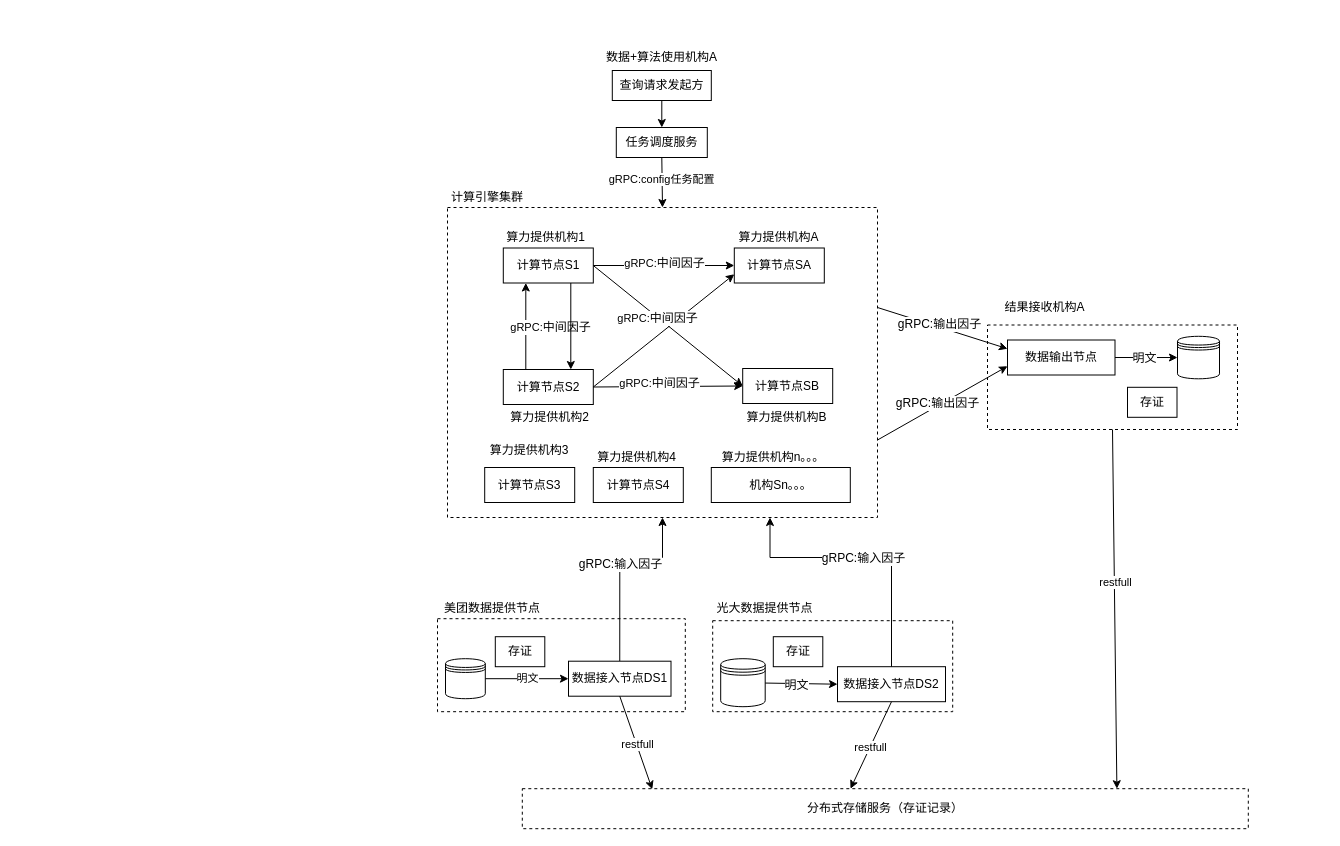
Earlier version of the draw.io diagram lianhefengkong.drawio (yankaili2006/drawing_io). Source tidied: cells renumbered, new cells numbered last; positions are measured from the earlier drawing's top-left corner, leaving out a move shared by most shapes. Both pictures are drawn from the tidied source at 100%, with x=0, y=0 at pixel (437, 47).
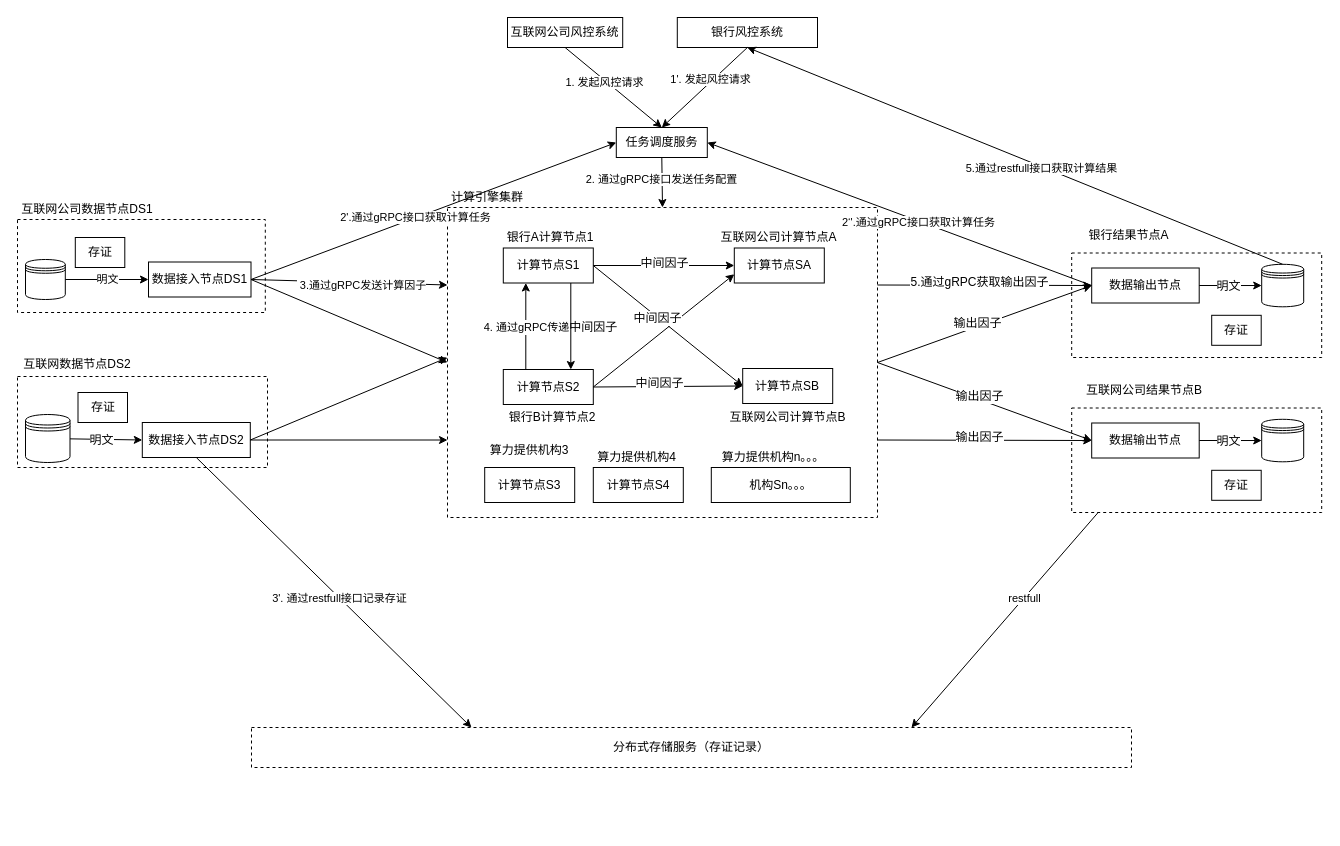
After the change.

Unchanged cells that the change refers to:
```xml
<mxCell id="5" style="rounded=0;whiteSpace=wrap;html=1;fillColor=none;labelPosition=center;verticalLabelPosition=middle;align=center;verticalAlign=middle;dashed=1;" parent="1" vertex="1">
  <mxGeometry x="10" y="160" width="430" height="310" as="geometry" />
</mxCell>
<mxCell id="10" value="任务调度服务" style="rounded=0;whiteSpace=wrap;html=1;" parent="1" vertex="1">
  <mxGeometry x="178.8" y="80" width="91" height="30" as="geometry" />
</mxCell>
<mxCell id="11" style="endArrow=classic;html=1;entryX=0.5;entryY=0;entryDx=0;entryDy=0;exitX=0.5;exitY=1;exitDx=0;exitDy=0;" parent="1" edge="1" source="10" target="5">
  <mxGeometry relative="1" as="geometry" />
</mxCell>
<mxCell id="13" style="endArrow=classic;html=1;entryX=0.5;entryY=0;entryDx=0;entryDy=0;exitX=0.5;exitY=1;exitDx=0;exitDy=0;" parent="1" edge="1" source="6" target="10">
  <mxGeometry relative="1" as="geometry" />
</mxCell>
<mxCell id="18" style="endArrow=classic;html=1;exitX=0.25;exitY=0;exitDx=0;exitDy=0;entryX=0.25;entryY=1;entryDx=0;entryDy=0;" parent="1" edge="1" source="20" target="17">
  <mxGeometry relative="1" as="geometry" />
</mxCell>
<mxCell id="24" style="endArrow=classic;html=1;exitX=1;exitY=0.5;exitDx=0;exitDy=0;entryX=0;entryY=0.5;entryDx=0;entryDy=0;" parent="1" edge="1" source="17" target="22">
  <mxGeometry relative="1" as="geometry" />
</mxCell>
<mxCell id="26" style="endArrow=classic;html=1;exitX=1;exitY=0.5;exitDx=0;exitDy=0;entryX=0;entryY=0.5;entryDx=0;entryDy=0;" parent="1" edge="1" source="20" target="21">
  <mxGeometry relative="1" as="geometry" />
</mxCell>
<mxCell id="29" style="endArrow=classic;html=1;exitX=1;exitY=0.5;exitDx=0;exitDy=0;entryX=0;entryY=0.5;entryDx=0;entryDy=0;" parent="1" edge="1" source="17" target="21">
  <mxGeometry relative="1" as="geometry" />
</mxCell>
```

The edit, as a diff of the source:
```diff
@@
+    <mxCell id="4" style="rounded=0;whiteSpace=wrap;html=1;dashed=1;" parent="1" vertex="1">
+      <mxGeometry x="634.2" y="205.5" width="250" height="104.5" as="geometry" />
+    </mxCell>
     <mxCell id="2" style="rounded=0;whiteSpace=wrap;html=1;dashed=1;" parent="1" vertex="1">
-      <mxGeometry x="275.2" y="573.2" width="240" height="91" as="geometry" />
+      <mxGeometry x="-420" y="329" width="250" height="91" as="geometry" />
     </mxCell>
     <mxCell id="3" style="rounded=0;whiteSpace=wrap;html=1;dashed=1;" parent="1" vertex="1">
-      <mxGeometry y="571.2" width="247.8" height="93" as="geometry" />
+      <mxGeometry x="-420" y="172" width="247.8" height="93" as="geometry" />
     </mxCell>
-    <mxCell id="4" style="rounded=0;whiteSpace=wrap;html=1;dashed=1;" parent="1" vertex="1">
-      <mxGeometry x="550" y="277.5" width="250" height="104.5" as="geometry" />
-    </mxCell>
@@
-    <mxCell id="6" value="查询请求发起方" style="rounded=0;whiteSpace=wrap;html=1;" parent="1" vertex="1">
-      <mxGeometry x="174.8" y="23" width="99" height="30" as="geometry" />
+    <mxCell id="6" value="&lt;span&gt;互联网公司风控系统&lt;/span&gt;" style="rounded=0;whiteSpace=wrap;html=1;" parent="1" vertex="1">
+      <mxGeometry x="70" y="-30" width="115.2" height="30" as="geometry" />
     </mxCell>
-    <mxCell id="7" style="edgeStyle=orthogonalEdgeStyle;rounded=0;jettySize=auto;html=1;entryX=0.5;entryY=1;entryDx=0;entryDy=0;exitX=0.5;exitY=0;exitDx=0;exitDy=0;" parent="1" edge="1" source="38" target="5">
-      <mxGeometry relative="1" as="geometry">
-        <Array as="points">
-          <mxPoint x="182" y="510" />
-          <mxPoint x="225" y="510" />
-        </Array>
-      </mxGeometry>
-    </mxCell>
-    <mxCell id="8" value="gRPC:输入因子" style="text;html=1;align=center;verticalAlign=middle;labelBackgroundColor=#ffffff;" parent="7" vertex="1">
-      <mxGeometry x="0.04" relative="1" as="geometry" />
-    </mxCell>
     <mxCell id="9" value="数据接入节点DS2" style="rounded=0;whiteSpace=wrap;html=1;" parent="1" vertex="1">
-      <mxGeometry x="400" y="619.2" width="108" height="35" as="geometry" />
+      <mxGeometry x="-295.2" y="375" width="108" height="35" as="geometry" />
     </mxCell>
@@
-    <mxCell id="12" value="gRPC:config任务配置" style="edgeLabel;html=1;align=center;verticalAlign=middle;" parent="11" vertex="1">
+    <mxCell id="12" value="2. 通过gRPC接口发送任务配置" style="edgeLabel;html=1;align=center;verticalAlign=middle;" parent="11" vertex="1">
       <mxGeometry x="-0.15" y="-1" relative="1" as="geometry" />
     </mxCell>
@@
+    <mxCell id="69" value="1. 发起风控请求" style="edgeLabel;html=1;align=center;verticalAlign=middle;" parent="13" vertex="1">
+      <mxGeometry x="-0.17" y="-2" relative="1" as="geometry" />
+    </mxCell>
-    <mxCell id="14" style="endArrow=classic;html=1;entryX=0;entryY=0.75;entryDx=0;entryDy=0;exitX=1;exitY=0.75;exitDx=0;exitDy=0;" parent="1" edge="1" source="5" target="46">
+    <mxCell id="14" style="endArrow=classic;html=1;entryX=0;entryY=0.5;entryDx=0;entryDy=0;exitX=1;exitY=0.5;exitDx=0;exitDy=0;" parent="1" edge="1" source="5" target="46">
       <mxGeometry relative="1" as="geometry" />
     </mxCell>
-    <mxCell id="15" value="gRPC:输出因子" style="text;html=1;align=center;verticalAlign=middle;labelBackgroundColor=#ffffff;" parent="14" vertex="1">
+    <mxCell id="15" value="输出因子" style="text;html=1;align=center;verticalAlign=middle;labelBackgroundColor=#ffffff;" parent="14" vertex="1">
       <mxGeometry x="-0.06" y="3" relative="1" as="geometry" />
     </mxCell>
     <mxCell id="16" value="存证" style="rounded=0;whiteSpace=wrap;html=1;fillColor=none;" parent="1" vertex="1">
-      <mxGeometry x="335.8" y="589.2" width="49.5" height="30" as="geometry" />
+      <mxGeometry x="-359.5" y="345" width="49.5" height="30" as="geometry" />
     </mxCell>
@@
-    <mxCell id="19" value="gRPC:&lt;span style=&quot;font-size: 12px&quot;&gt;中间因子&lt;/span&gt;" style="edgeLabel;html=1;align=center;verticalAlign=middle;" parent="18" vertex="1">
+    <mxCell id="19" value="4. 通过gRPC传递&lt;span style=&quot;font-size: 12px&quot;&gt;中间因子&lt;/span&gt;" style="edgeLabel;html=1;align=center;verticalAlign=middle;" parent="18" vertex="1">
       <mxGeometry x="-0.01" relative="1" as="geometry">
         <mxPoint x="24.2" as="offset" />
       </mxGeometry>
     </mxCell>
@@
-    <mxCell id="25" value="gRPC:&lt;span style=&quot;font-size: 12px&quot;&gt;中间因子&lt;/span&gt;" style="edgeLabel;html=1;align=center;verticalAlign=middle;" parent="24" vertex="1">
+    <mxCell id="25" value="&lt;span style=&quot;font-size: 12px&quot;&gt;中间因子&lt;/span&gt;" style="edgeLabel;html=1;align=center;verticalAlign=middle;" parent="24" vertex="1">
       <mxGeometry y="3" relative="1" as="geometry" />
     </mxCell>
@@
-    <mxCell id="27" value="gRPC:&lt;span style=&quot;font-size: 12px&quot;&gt;中间因子&lt;/span&gt;" style="edgeLabel;html=1;align=center;verticalAlign=middle;" parent="26" vertex="1">
+    <mxCell id="27" value="&lt;span style=&quot;font-size: 12px&quot;&gt;中间因子&lt;/span&gt;" style="edgeLabel;html=1;align=center;verticalAlign=middle;" parent="26" vertex="1">
       <mxGeometry x="-0.11" y="4" relative="1" as="geometry" />
     </mxCell>
@@
-    <mxCell id="30" value="&lt;span style=&quot;font-size: 11px&quot;&gt;gRPC:&lt;/span&gt;中间因子" style="text;html=1;align=center;verticalAlign=middle;labelBackgroundColor=#ffffff;" parent="29" vertex="1">
+    <mxCell id="30" value="中间因子" style="text;html=1;align=center;verticalAlign=middle;labelBackgroundColor=#ffffff;" parent="29" vertex="1">
       <mxGeometry x="-0.13" y="-1" relative="1" as="geometry" />
     </mxCell>
-    <mxCell id="31" value="算力提供机构B" style="text;html=1;strokeColor=none;fillColor=none;align=center;verticalAlign=middle;whiteSpace=wrap;rounded=0;" parent="1" vertex="1">
-      <mxGeometry x="305.2" y="360" width="89" height="20" as="geometry" />
+    <mxCell id="31" value="互联网公司计算节点B" style="text;html=1;strokeColor=none;fillColor=none;align=center;verticalAlign=middle;whiteSpace=wrap;rounded=0;" parent="1" vertex="1">
+      <mxGeometry x="287.9" y="360" width="124.8" height="20" as="geometry" />
     </mxCell>
-    <mxCell id="32" value="算力提供机构A" style="text;html=1;strokeColor=none;fillColor=none;align=center;verticalAlign=middle;whiteSpace=wrap;rounded=0;" parent="1" vertex="1">
-      <mxGeometry x="296.8" y="179.5" width="89" height="20" as="geometry" />
+    <mxCell id="32" value="互联网公司计算节点A" style="text;html=1;strokeColor=none;fillColor=none;align=center;verticalAlign=middle;whiteSpace=wrap;rounded=0;" parent="1" vertex="1">
+      <mxGeometry x="275.1" y="179.5" width="133.2" height="20" as="geometry" />
     </mxCell>
-    <mxCell id="33" value="算力提供机构1" style="text;html=1;strokeColor=none;fillColor=none;align=center;verticalAlign=middle;whiteSpace=wrap;rounded=0;" parent="1" vertex="1">
-      <mxGeometry x="65.8" y="179.5" width="85" height="20" as="geometry" />
+    <mxCell id="33" value="银行A计算节点1" style="text;html=1;strokeColor=none;fillColor=none;align=center;verticalAlign=middle;whiteSpace=wrap;rounded=0;" parent="1" vertex="1">
+      <mxGeometry x="65.8" y="179.5" width="94.2" height="20" as="geometry" />
     </mxCell>
-    <mxCell id="34" value="算力提供机构2" style="text;html=1;strokeColor=none;fillColor=none;align=center;verticalAlign=middle;whiteSpace=wrap;rounded=0;" parent="1" vertex="1">
-      <mxGeometry x="70" y="360" width="85" height="20" as="geometry" />
+    <mxCell id="34" value="银行B计算节点2" style="text;html=1;strokeColor=none;fillColor=none;align=center;verticalAlign=middle;whiteSpace=wrap;rounded=0;" parent="1" vertex="1">
+      <mxGeometry x="70" y="360" width="90" height="20" as="geometry" />
     </mxCell>
     <mxCell id="35" style="shape=datastore;whiteSpace=wrap;html=1;" parent="1" vertex="1">
-      <mxGeometry x="283.2" y="611.2" width="44.5" height="48" as="geometry" />
+      <mxGeometry x="-412" y="367" width="44.5" height="48" as="geometry" />
     </mxCell>
@@
     <mxCell id="38" value="数据接入节点DS1" style="rounded=0;whiteSpace=wrap;html=1;" parent="1" vertex="1">
-      <mxGeometry x="131" y="613.7" width="102.5" height="35" as="geometry" />
+      <mxGeometry x="-289" y="214.5" width="102.5" height="35" as="geometry" />
     </mxCell>
     <mxCell id="39" value="存证" style="rounded=0;whiteSpace=wrap;html=1;fillColor=none;" parent="1" vertex="1">
-      <mxGeometry x="57.8" y="589.2" width="49.5" height="30" as="geometry" />
+      <mxGeometry x="-362.2" y="190" width="49.5" height="30" as="geometry" />
     </mxCell>
     <mxCell id="40" style="shape=datastore;whiteSpace=wrap;html=1;" parent="1" vertex="1">
-      <mxGeometry x="8" y="611.2" width="39.8" height="40" as="geometry" />
+      <mxGeometry x="-412" y="212" width="39.8" height="40" as="geometry" />
     </mxCell>
@@
-    <mxCell id="42" value="美团数据提供节点" style="text;html=1;strokeColor=none;fillColor=none;align=center;verticalAlign=middle;whiteSpace=wrap;rounded=0;" parent="1" vertex="1">
-      <mxGeometry y="551.2" width="110" height="20" as="geometry" />
+    <mxCell id="42" value="互联网公司数据节点DS1" style="text;html=1;strokeColor=none;fillColor=none;align=center;verticalAlign=middle;whiteSpace=wrap;rounded=0;" parent="1" vertex="1">
+      <mxGeometry x="-420" y="152" width="140" height="20" as="geometry" />
     </mxCell>
-    <mxCell id="43" style="edgeStyle=orthogonalEdgeStyle;rounded=0;jettySize=auto;html=1;entryX=0.75;entryY=1;entryDx=0;entryDy=0;exitX=0.5;exitY=0;exitDx=0;exitDy=0;" parent="1" edge="1" source="9" target="5">
-      <mxGeometry relative="1" as="geometry">
-        <Array as="points">
-          <mxPoint x="454" y="510" />
-          <mxPoint x="333" y="510" />
-        </Array>
-      </mxGeometry>
-    </mxCell>
-    <mxCell id="44" value="gRPC:输入因子" style="text;html=1;align=center;verticalAlign=middle;labelBackgroundColor=#ffffff;" parent="43" vertex="1">
-      <mxGeometry x="0.02" relative="1" as="geometry" />
-    </mxCell>
-    <mxCell id="45" value="数据+算法使用机构A" style="text;html=1;strokeColor=none;fillColor=none;align=center;verticalAlign=middle;whiteSpace=wrap;rounded=0;" parent="1" vertex="1">
-      <mxGeometry x="161" width="126.5" height="20" as="geometry" />
-    </mxCell>
     <mxCell id="46" value="数据输出节点" style="rounded=0;whiteSpace=wrap;html=1;" parent="1" vertex="1">
-      <mxGeometry x="570" y="292.5" width="107.5" height="35" as="geometry" />
+      <mxGeometry x="654.2" y="220.5" width="107.5" height="35" as="geometry" />
     </mxCell>
     <mxCell id="47" value="存证" style="rounded=0;whiteSpace=wrap;html=1;fillColor=none;" parent="1" vertex="1">
-      <mxGeometry x="690" y="339.8" width="49.5" height="30" as="geometry" />
+      <mxGeometry x="774.2" y="267.8" width="49.5" height="30" as="geometry" />
     </mxCell>
     <mxCell id="48" style="shape=datastore;whiteSpace=wrap;html=1;" parent="1" vertex="1">
-      <mxGeometry x="740" y="288.8" width="42" height="42.5" as="geometry" />
+      <mxGeometry x="824.2" y="216.8" width="42" height="42.5" as="geometry" />
     </mxCell>
@@
-    <mxCell id="51" value="结果接收机构A" style="text;html=1;strokeColor=none;fillColor=none;align=center;verticalAlign=middle;whiteSpace=wrap;rounded=0;" parent="1" vertex="1">
-      <mxGeometry x="560" y="250" width="94.5" height="20" as="geometry" />
+    <mxCell id="51" value="银行结果节点A" style="text;html=1;strokeColor=none;fillColor=none;align=center;verticalAlign=middle;whiteSpace=wrap;rounded=0;" parent="1" vertex="1">
+      <mxGeometry x="644.2" y="178" width="94.5" height="20" as="geometry" />
     </mxCell>
     <mxCell id="52" value="分布式存储服务（存证记录）" style="rounded=0;whiteSpace=wrap;html=1;dashed=1;" parent="1" vertex="1">
-      <mxGeometry x="84.8" y="741.2" width="726" height="40" as="geometry" />
+      <mxGeometry x="-186" y="680" width="880" height="40" as="geometry" />
     </mxCell>
-    <mxCell id="53" style="endArrow=classic;html=1;exitX=0.5;exitY=1;exitDx=0;exitDy=0;entryX=0.819;entryY=0;entryDx=0;entryDy=0;entryPerimeter=0;" parent="1" edge="1" source="4" target="52">
-      <mxGeometry relative="1" as="geometry" />
-    </mxCell>
-    <mxCell id="54" value="restfull" style="edgeLabel;html=1;align=center;verticalAlign=middle;" parent="53" vertex="1">
-      <mxGeometry x="-0.15" y="1" relative="1" as="geometry" />
-    </mxCell>
-    <mxCell id="55" style="endArrow=classic;html=1;exitX=0.5;exitY=1;exitDx=0;exitDy=0;entryX=0.179;entryY=0.015;entryDx=0;entryDy=0;entryPerimeter=0;" parent="1" edge="1" source="38" target="52">
+    <mxCell id="55" style="endArrow=classic;html=1;exitX=0.5;exitY=1;exitDx=0;exitDy=0;entryX=0.25;entryY=0;entryDx=0;entryDy=0;" parent="1" edge="1" source="9" target="52">
       <mxGeometry relative="1" as="geometry" />
     </mxCell>
-    <mxCell id="56" value="restfull" style="edgeLabel;html=1;align=center;verticalAlign=middle;" parent="55" vertex="1">
+    <mxCell id="56" value="3'. 通过restfull接口记录存证" style="edgeLabel;html=1;align=center;verticalAlign=middle;" parent="55" vertex="1">
       <mxGeometry x="0.04" relative="1" as="geometry" />
     </mxCell>
@@
-    <mxCell id="58" style="endArrow=classic;html=1;entryX=0;entryY=0.25;entryDx=0;entryDy=0;" parent="1" edge="1" target="46">
-      <mxGeometry relative="1" as="geometry">
-        <mxPoint x="440" y="260" as="sourcePoint" />
-      </mxGeometry>
+    <mxCell id="58" style="endArrow=classic;html=1;entryX=0;entryY=0.5;entryDx=0;entryDy=0;exitX=1;exitY=0.25;exitDx=0;exitDy=0;" parent="1" edge="1" source="5" target="46">
+      <mxGeometry relative="1" as="geometry" />
     </mxCell>
-    <mxCell id="59" value="gRPC:输出因子" style="text;html=1;align=center;verticalAlign=middle;labelBackgroundColor=#ffffff;" parent="58" vertex="1">
+    <mxCell id="59" value="5.通过gRPC获取输出因子" style="text;html=1;align=center;verticalAlign=middle;labelBackgroundColor=#ffffff;" parent="58" vertex="1">
       <mxGeometry x="-0.06" y="3" relative="1" as="geometry" />
     </mxCell>
@@
-    <mxCell id="66" value="光大数据提供节点" style="text;html=1;strokeColor=none;fillColor=none;align=center;verticalAlign=middle;whiteSpace=wrap;rounded=0;" parent="1" vertex="1">
-      <mxGeometry x="275.2" y="551.2" width="104.8" height="20" as="geometry" />
+    <mxCell id="66" value="互联网数据节点DS2" style="text;html=1;strokeColor=none;fillColor=none;align=center;verticalAlign=middle;whiteSpace=wrap;rounded=0;" parent="1" vertex="1">
+      <mxGeometry x="-420" y="307" width="120" height="20" as="geometry" />
     </mxCell>
-    <mxCell id="67" style="endArrow=classic;html=1;exitX=0.5;exitY=1;exitDx=0;exitDy=0;" parent="1" edge="1" source="9">
-      <mxGeometry relative="1" as="geometry">
-        <mxPoint x="413" y="741.2" as="targetPoint" />
-      </mxGeometry>
+    <mxCell id="67" style="endArrow=classic;html=1;exitX=0.5;exitY=1;exitDx=0;exitDy=0;entryX=0.75;entryY=0;entryDx=0;entryDy=0;" parent="1" edge="1" source="71" target="52">
+      <mxGeometry relative="1" as="geometry" />
     </mxCell>
@@
+    <mxCell id="70" style="rounded=0;whiteSpace=wrap;html=1;dashed=1;" parent="1" vertex="1">
+      <mxGeometry x="634.2" y="360.5" width="250" height="104.5" as="geometry" />
+    </mxCell>
+    <mxCell id="71" value="数据输出节点" style="rounded=0;whiteSpace=wrap;html=1;" parent="1" vertex="1">
+      <mxGeometry x="654.2" y="375.5" width="107.5" height="35" as="geometry" />
+    </mxCell>
+    <mxCell id="72" value="存证" style="rounded=0;whiteSpace=wrap;html=1;fillColor=none;" parent="1" vertex="1">
+      <mxGeometry x="774.2" y="422.8" width="49.5" height="30" as="geometry" />
+    </mxCell>
+    <mxCell id="73" style="shape=datastore;whiteSpace=wrap;html=1;" parent="1" vertex="1">
+      <mxGeometry x="824.2" y="371.8" width="42" height="42.5" as="geometry" />
+    </mxCell>
+    <mxCell id="74" style="endArrow=classic;html=1;exitX=1;exitY=0.5;exitDx=0;exitDy=0;" parent="1" edge="1" source="71" target="73">
+      <mxGeometry relative="1" as="geometry" />
+    </mxCell>
+    <mxCell id="75" value="明文" style="text;html=1;align=center;verticalAlign=middle;labelBackgroundColor=#ffffff;" parent="74" vertex="1">
+      <mxGeometry x="-0.06" relative="1" as="geometry" />
+    </mxCell>
+    <mxCell id="76" value="互联网公司结果节点B" style="text;html=1;strokeColor=none;fillColor=none;align=center;verticalAlign=middle;whiteSpace=wrap;rounded=0;" parent="1" vertex="1">
+      <mxGeometry x="644.2" y="333" width="125.8" height="20" as="geometry" />
+    </mxCell>
+    <mxCell id="77" style="endArrow=classic;html=1;entryX=0;entryY=0.5;entryDx=0;entryDy=0;exitX=1;exitY=0.5;exitDx=0;exitDy=0;" parent="1" edge="1" source="5" target="71">
+      <mxGeometry relative="1" as="geometry" />
+    </mxCell>
+    <mxCell id="78" value="输出因子" style="text;html=1;align=center;verticalAlign=middle;labelBackgroundColor=#ffffff;" parent="77" vertex="1">
+      <mxGeometry x="-0.06" y="3" relative="1" as="geometry" />
+    </mxCell>
+    <mxCell id="79" style="endArrow=classic;html=1;entryX=0;entryY=0.5;entryDx=0;entryDy=0;exitX=1;exitY=0.75;exitDx=0;exitDy=0;" parent="1" edge="1" source="5" target="71">
+      <mxGeometry relative="1" as="geometry" />
+    </mxCell>
+    <mxCell id="80" value="输出因子" style="text;html=1;align=center;verticalAlign=middle;labelBackgroundColor=#ffffff;" parent="79" vertex="1">
+      <mxGeometry x="-0.06" y="3" relative="1" as="geometry" />
+    </mxCell>
+    <mxCell id="81" style="endArrow=classic;html=1;exitX=1;exitY=0.5;exitDx=0;exitDy=0;entryX=0;entryY=0.25;entryDx=0;entryDy=0;" parent="1" edge="1" source="38" target="5">
+      <mxGeometry relative="1" as="geometry" />
+    </mxCell>
+    <mxCell id="82" value="&amp;nbsp;3.通过gRPC发送计算因子" style="edgeLabel;html=1;align=center;verticalAlign=middle;" parent="81" vertex="1">
+      <mxGeometry x="0.12" y="-2" relative="1" as="geometry" />
+    </mxCell>
+    <mxCell id="83" style="endArrow=classic;html=1;exitX=1;exitY=0.5;exitDx=0;exitDy=0;entryX=0;entryY=0.5;entryDx=0;entryDy=0;" parent="1" edge="1" source="38" target="5">
+      <mxGeometry relative="1" as="geometry" />
+    </mxCell>
+    <mxCell id="84" style="endArrow=classic;html=1;exitX=1;exitY=0.5;exitDx=0;exitDy=0;entryX=0;entryY=0.484;entryDx=0;entryDy=0;entryPerimeter=0;" parent="1" edge="1" source="9" target="5">
+      <mxGeometry relative="1" as="geometry" />
+    </mxCell>
+    <mxCell id="85" style="endArrow=classic;html=1;exitX=1;exitY=0.5;exitDx=0;exitDy=0;entryX=0;entryY=0.75;entryDx=0;entryDy=0;" parent="1" edge="1" source="9" target="5">
+      <mxGeometry relative="1" as="geometry" />
+    </mxCell>
+    <mxCell id="86" style="endArrow=classic;html=1;entryX=0;entryY=0.5;entryDx=0;entryDy=0;exitX=1;exitY=0.5;exitDx=0;exitDy=0;" parent="1" edge="1" source="38" target="10">
+      <mxGeometry relative="1" as="geometry" />
+    </mxCell>
+    <mxCell id="87" value="2'.通过gRPC接口获取计算任务" style="edgeLabel;html=1;align=center;verticalAlign=middle;" parent="86" vertex="1">
+      <mxGeometry x="-0.1" y="1" relative="1" as="geometry" />
+    </mxCell>
+    <mxCell id="88" value="银行风控系统" style="rounded=0;whiteSpace=wrap;html=1;" parent="1" vertex="1">
+      <mxGeometry x="239.8" y="-30" width="140.2" height="30" as="geometry" />
+    </mxCell>
+    <mxCell id="89" style="endArrow=classic;html=1;entryX=0.5;entryY=0;entryDx=0;entryDy=0;exitX=0.5;exitY=1;exitDx=0;exitDy=0;" parent="1" edge="1" source="88" target="10">
+      <mxGeometry relative="1" as="geometry" />
+    </mxCell>
+    <mxCell id="90" value="1'. 发起风控请求" style="edgeLabel;html=1;align=center;verticalAlign=middle;" parent="89" vertex="1">
+      <mxGeometry x="-0.17" y="-2" relative="1" as="geometry" />
+    </mxCell>
+    <mxCell id="91" style="endArrow=classic;html=1;entryX=1;entryY=0.5;entryDx=0;entryDy=0;exitX=0;exitY=0.5;exitDx=0;exitDy=0;" parent="1" edge="1" source="46" target="10">
+      <mxGeometry relative="1" as="geometry" />
+    </mxCell>
+    <mxCell id="92" value="2‘'.通过gRPC接口获取计算任务" style="edgeLabel;html=1;align=center;verticalAlign=middle;" parent="91" vertex="1">
+      <mxGeometry x="-0.1" y="1" relative="1" as="geometry" />
+    </mxCell>
+    <mxCell id="93" style="endArrow=classic;html=1;entryX=0.5;entryY=1;entryDx=0;entryDy=0;exitX=0.5;exitY=0;exitDx=0;exitDy=0;" parent="1" edge="1" source="48" target="88">
+      <mxGeometry relative="1" as="geometry" />
+    </mxCell>
+    <mxCell id="94" value="5.通过restfull接口获取计算结果" style="edgeLabel;html=1;align=center;verticalAlign=middle;" parent="93" vertex="1">
+      <mxGeometry x="-0.1" y="1" relative="1" as="geometry" />
+    </mxCell>
```
